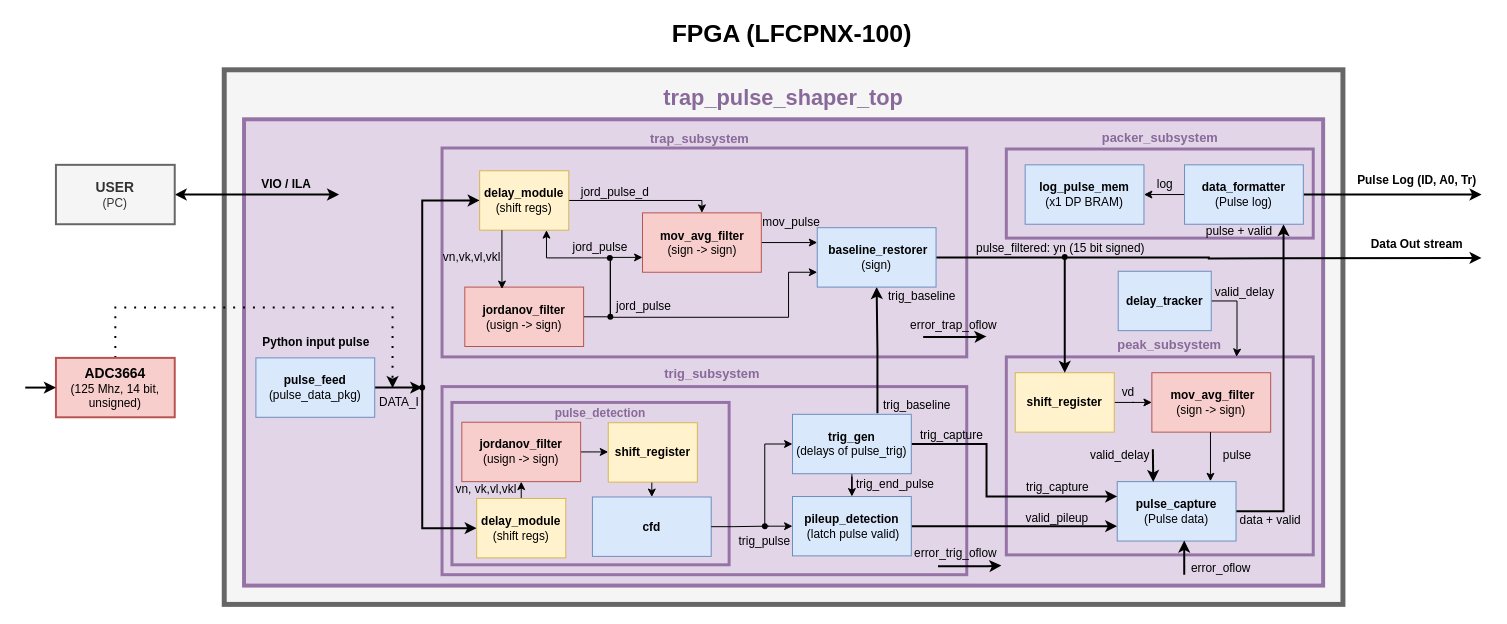
This is docs/Trapezoidal_Pulse_Shaper_BD.drawio from mexarlg/trap_filter, a draw.io file, before an edit. Source tidied: cells renumbered, new cells numbered last; positions are measured from the earlier drawing's top-left corner, leaving out a move shared by most shapes. Both pictures are drawn from the tidied source at 99%, with x=0, y=0 at pixel (25, 17).
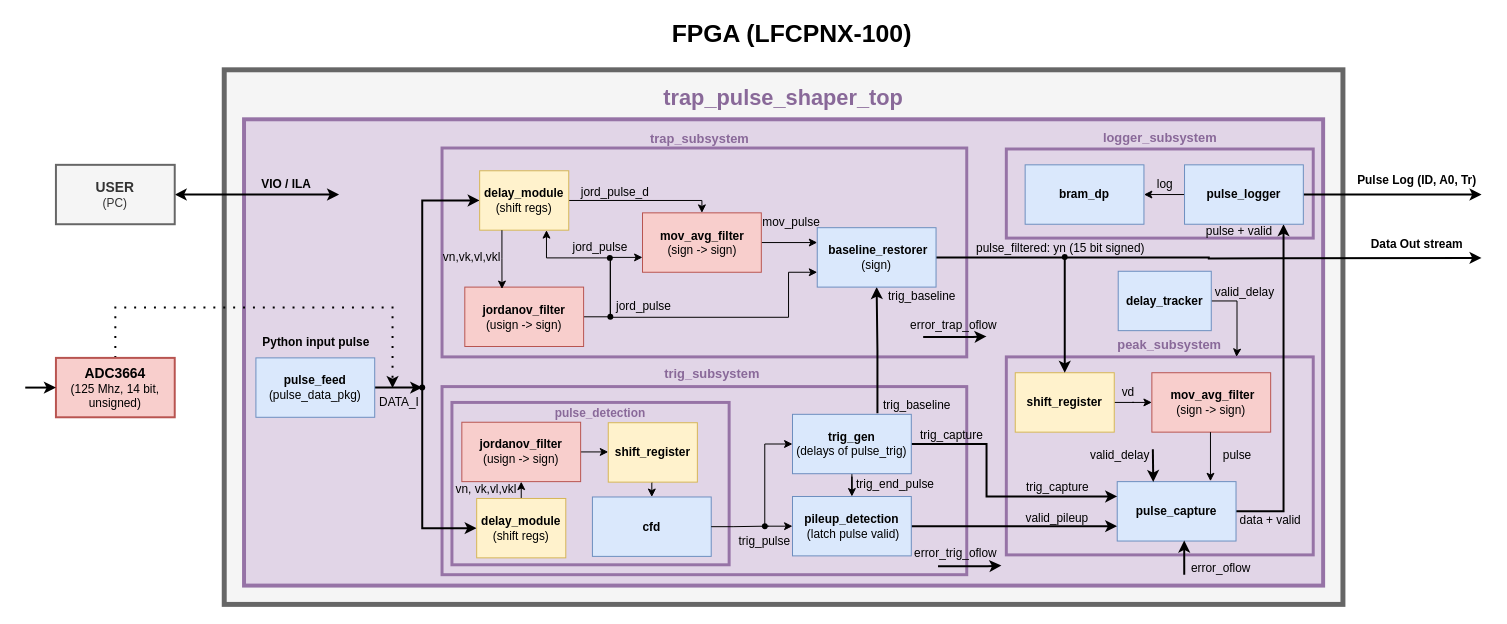
The same diagram, later.

Commit message (it also covers changes not shown here):
Added: logger_subsystem with pulse_logger module. Tested on hardware.

Change to the diagram source:
```diff
@@
-    <mxCell id="24" value="&lt;div&gt;&lt;span style=&quot;background-color: transparent; color: light-dark(rgb(0, 0, 0), rgb(255, 255, 255));&quot;&gt;&lt;b&gt;pulse_capture&lt;/b&gt;&lt;/span&gt;&lt;/div&gt;&lt;div&gt;&lt;span style=&quot;background-color: transparent; color: light-dark(rgb(0, 0, 0), rgb(255, 255, 255));&quot;&gt;(Pulse data)&lt;/span&gt;&lt;/div&gt;" style="rounded=0;whiteSpace=wrap;html=1;fillColor=#dae8fc;strokeColor=#6c8ebf;" parent="1" vertex="1">
+    <mxCell id="24" value="&lt;div&gt;&lt;span style=&quot;background-color: transparent; color: light-dark(rgb(0, 0, 0), rgb(255, 255, 255));&quot;&gt;&lt;b&gt;pulse_capture&lt;/b&gt;&lt;/span&gt;&lt;/div&gt;" style="rounded=0;whiteSpace=wrap;html=1;fillColor=#dae8fc;strokeColor=#6c8ebf;" parent="1" vertex="1">
       <mxGeometry x="1103" y="469" width="120" height="60" as="geometry" />
     </mxCell>
@@
-    <mxCell id="27" value="&lt;div&gt;&lt;span style=&quot;background-color: transparent; color: light-dark(rgb(0, 0, 0), rgb(255, 255, 255));&quot;&gt;&lt;b&gt;log_pulse_mem&lt;/b&gt;&lt;/span&gt;&lt;/div&gt;&lt;div&gt;&lt;span style=&quot;background-color: transparent; color: light-dark(rgb(0, 0, 0), rgb(255, 255, 255));&quot;&gt;(x1 DP BRAM)&lt;/span&gt;&lt;/div&gt;" style="rounded=0;whiteSpace=wrap;html=1;fillColor=#dae8fc;strokeColor=#6c8ebf;" parent="1" vertex="1">
+    <mxCell id="27" value="&lt;div&gt;&lt;span style=&quot;background-color: transparent; color: light-dark(rgb(0, 0, 0), rgb(255, 255, 255));&quot;&gt;&lt;b&gt;bram_dp&lt;/b&gt;&lt;/span&gt;&lt;/div&gt;" style="rounded=0;whiteSpace=wrap;html=1;fillColor=#dae8fc;strokeColor=#6c8ebf;" parent="1" vertex="1">
       <mxGeometry x="1010" y="149" width="120" height="60" as="geometry" />
     </mxCell>
@@
-    <mxCell id="44" value="&lt;div&gt;&lt;b&gt;data_formatter&lt;/b&gt;&lt;/div&gt;&lt;div&gt;&lt;span style=&quot;background-color: transparent; color: light-dark(rgb(0, 0, 0), rgb(255, 255, 255));&quot;&gt;(Pulse log)&lt;/span&gt;&lt;/div&gt;" style="rounded=0;whiteSpace=wrap;html=1;fillColor=#dae8fc;strokeColor=#6c8ebf;" parent="1" vertex="1">
+    <mxCell id="44" value="&lt;b&gt;pulse_logger&lt;/b&gt;" style="rounded=0;whiteSpace=wrap;html=1;fillColor=#dae8fc;strokeColor=#6c8ebf;" parent="1" vertex="1">
       <mxGeometry x="1171" y="149" width="120" height="60" as="geometry" />
     </mxCell>
@@
-    <mxCell id="47" value="&lt;font style=&quot;color: rgb(137, 105, 153);&quot;&gt;&lt;b&gt;packer_subsystem&lt;/b&gt;&lt;/font&gt;" style="text;html=1;whiteSpace=wrap;strokeColor=none;fillColor=none;align=center;verticalAlign=middle;rounded=0;fontSize=13;" parent="1" vertex="1">
+    <mxCell id="47" value="&lt;font style=&quot;color: rgb(137, 105, 153);&quot;&gt;&lt;b&gt;logger_subsystem&lt;/b&gt;&lt;/font&gt;" style="text;html=1;whiteSpace=wrap;strokeColor=none;fillColor=none;align=center;verticalAlign=middle;rounded=0;fontSize=13;" parent="1" vertex="1">
       <mxGeometry x="1089.8" y="113" width="112.5" height="16" as="geometry" />
     </mxCell>
```
